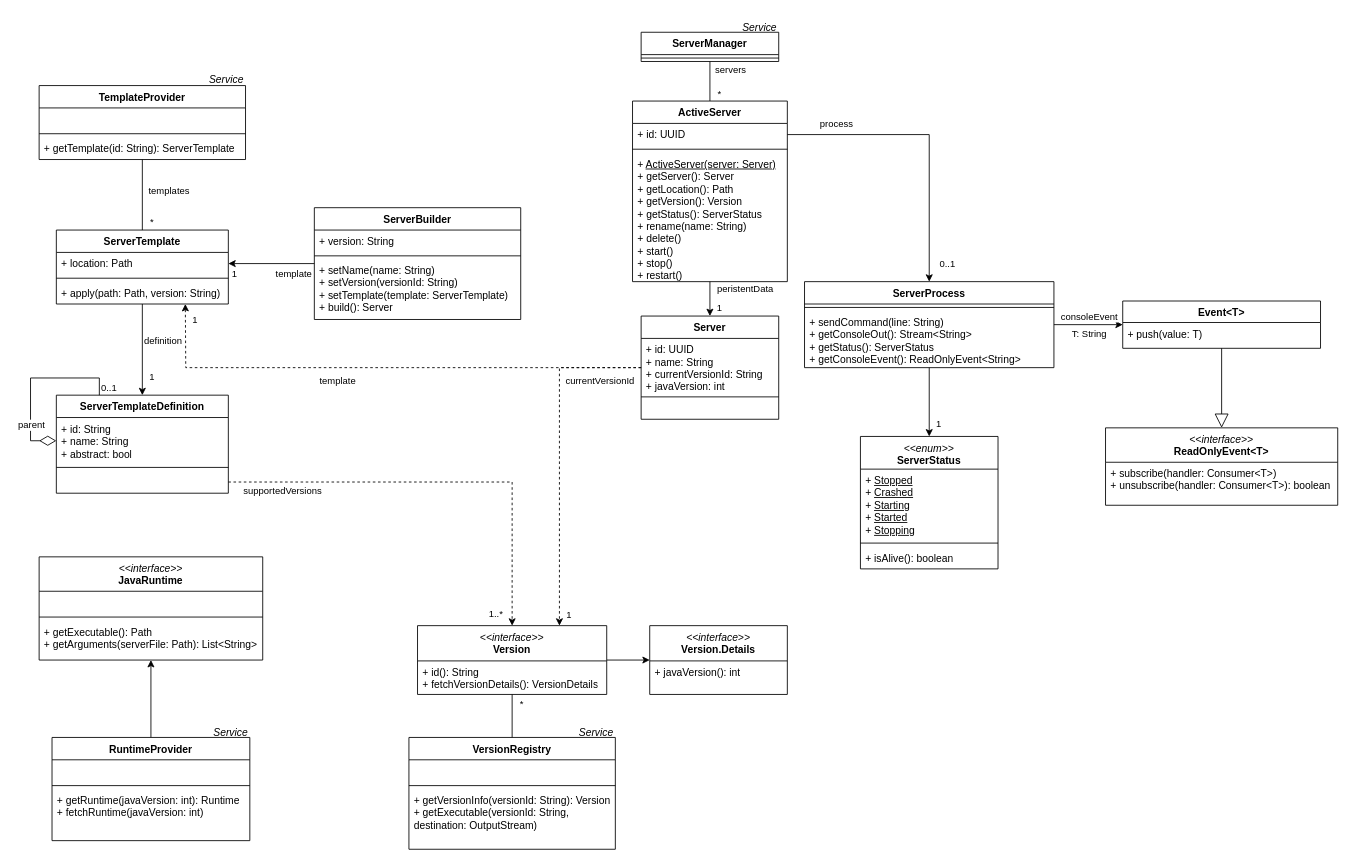
Above: Klassendiagramm.drawio in Fisch37/mc-server-manager (draw.io), before the change. Source tidied: cells renumbered, new cells numbered last; positions are measured from the earlier drawing's top-left corner, leaving out a move shared by most shapes. Both pictures are drawn from the tidied source at 86%, with x=0, y=0 at pixel (30, 15).
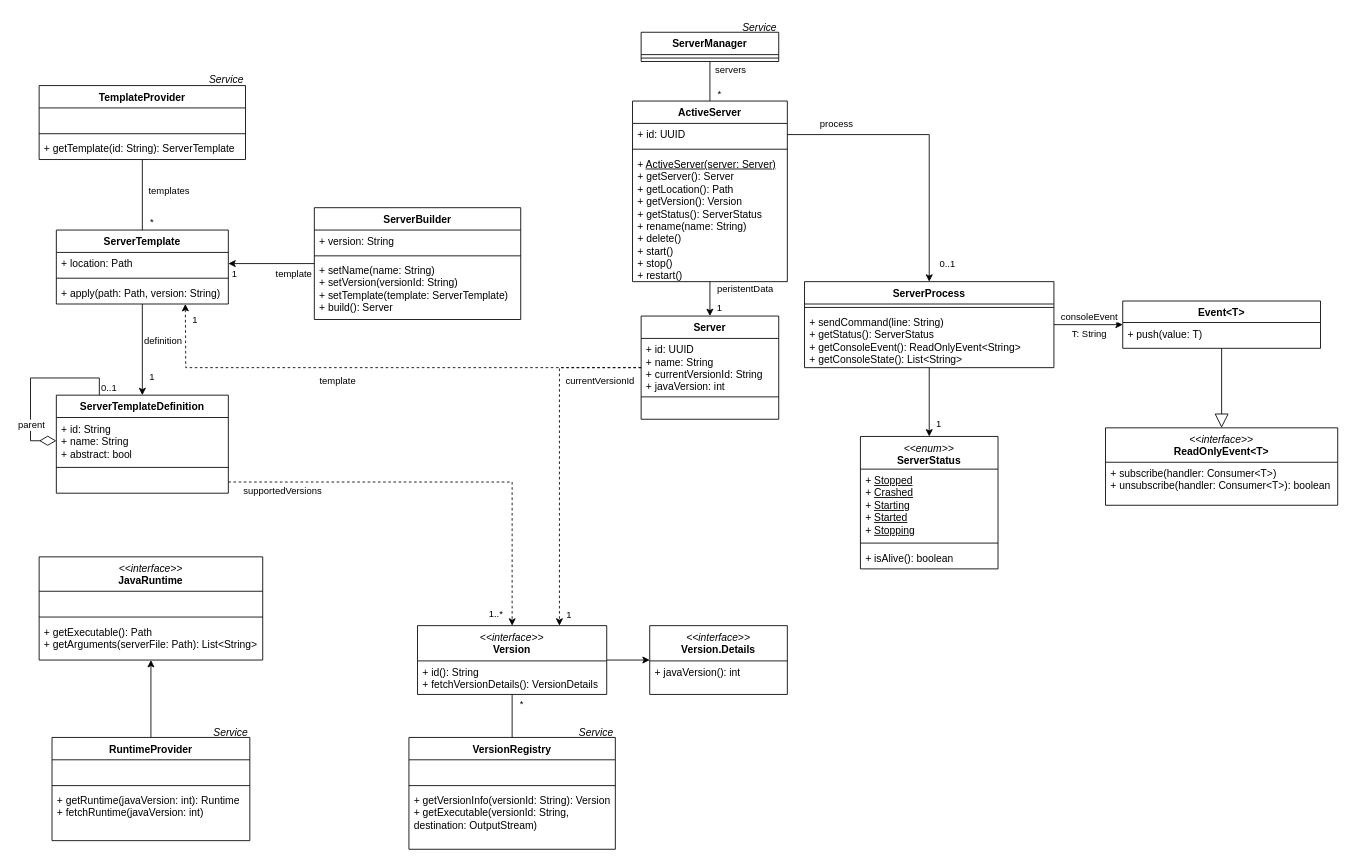
The same page after the edit.

Unchanged cells that the change refers to:
```xml
<mxCell id="20" value="ServerProcess" style="swimlane;fontStyle=1;align=center;verticalAlign=top;horizontal=1;startSize=26;whiteSpace=wrap;html=1;" parent="1" vertex="1">
  <mxGeometry x="900" y="310" width="290" height="100" as="geometry" />
</mxCell>
```

Diff of the diagram source:
```diff
@@
-    <mxCell id="22" value="+ sendCommand(line: String)&lt;div&gt;+ getConsoleOut(): Stream&amp;lt;String&amp;gt;&lt;/div&gt;&lt;div&gt;+ getStatus(): ServerStatus&lt;/div&gt;&lt;div&gt;+ getConsoleEvent(): ReadOnlyEvent&amp;lt;String&amp;gt;&lt;/div&gt;" style="text;strokeColor=none;fillColor=none;align=left;verticalAlign=top;spacingLeft=4;spacingRight=4;overflow=hidden;whiteSpace=wrap;html=1;" parent="20" vertex="1">
+    <mxCell id="22" value="+ sendCommand(line: String)&lt;div&gt;+ getStatus(): ServerStatus&lt;/div&gt;&lt;div&gt;+ getConsoleEvent(): ReadOnlyEvent&amp;lt;String&amp;gt;&lt;/div&gt;&lt;div&gt;+ getConsoleState(): List&amp;lt;String&amp;gt;&lt;/div&gt;" style="text;strokeColor=none;fillColor=none;align=left;verticalAlign=top;spacingLeft=4;spacingRight=4;overflow=hidden;whiteSpace=wrap;html=1;" parent="20" vertex="1">
       <mxGeometry y="34" width="290" height="66" as="geometry" />
     </mxCell>
```
